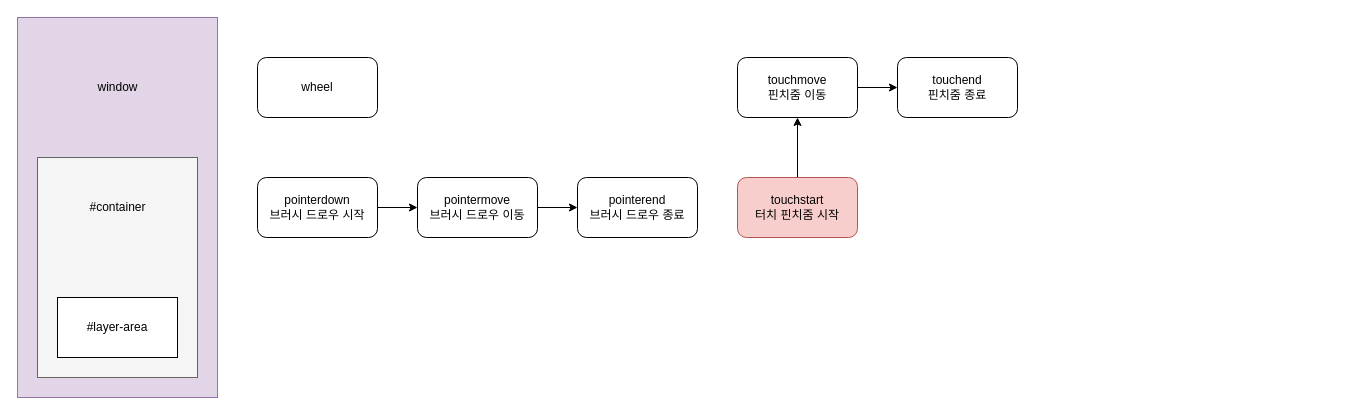
Earlier version of the draw.io diagram 제목 없는 다이어그램.drawio (oyc0401/graphic). Source tidied: cells renumbered, new cells numbered last; positions are measured from the earlier drawing's top-left corner, leaving out a move shared by most shapes. Both pictures are drawn from the tidied source at 100%, with x=0, y=0 at pixel (17, 17).
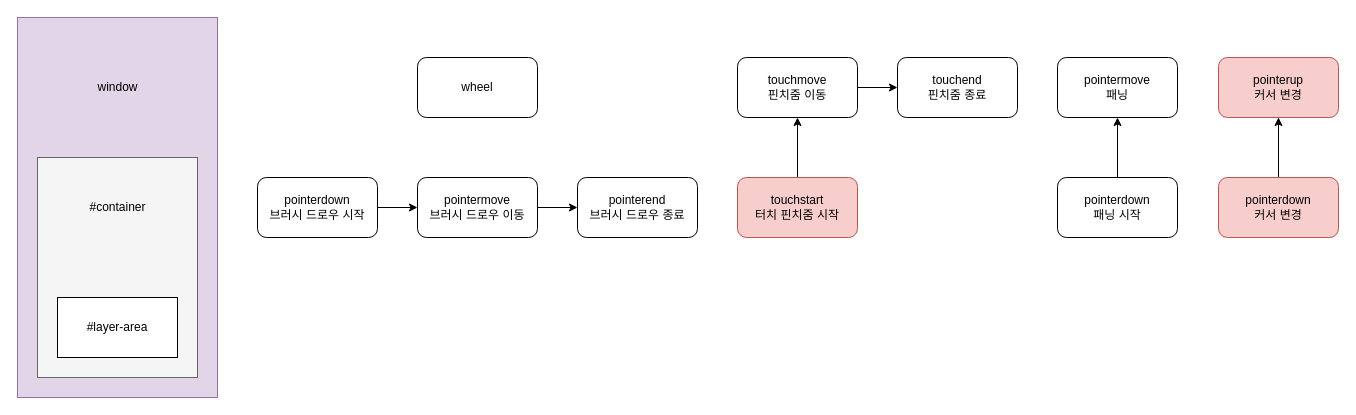
The same diagram, later.

Commit message:
제목 없는 다이어그램.drawio 업데이트

Diff of the diagram source:
```diff
@@
     <mxCell id="12" value="wheel" style="rounded=1;whiteSpace=wrap;html=1;" parent="1" vertex="1">
-      <mxGeometry x="240" y="40" width="120" height="60" as="geometry" />
+      <mxGeometry x="400" y="40" width="120" height="60" as="geometry" />
     </mxCell>
@@
+    <mxCell id="18" style="edgeStyle=orthogonalEdgeStyle;rounded=0;jettySize=auto;html=1;" parent="1" edge="1" source="19" target="20">
+      <mxGeometry relative="1" as="geometry" />
+    </mxCell>
+    <mxCell id="19" value="pointerdown&lt;br&gt;&lt;div&gt;&lt;span style=&quot;background-color: transparent; color: light-dark(rgb(0, 0, 0), rgb(255, 255, 255));&quot;&gt;패닝&lt;/span&gt;&amp;nbsp;시작&lt;/div&gt;" style="rounded=1;whiteSpace=wrap;html=1;" parent="1" vertex="1">
+      <mxGeometry x="1040" y="160" width="120" height="60" as="geometry" />
+    </mxCell>
+    <mxCell id="20" value="pointermove&lt;div&gt;패닝&lt;/div&gt;" style="rounded=1;whiteSpace=wrap;html=1;" parent="1" vertex="1">
+      <mxGeometry x="1040" y="40" width="120" height="60" as="geometry" />
+    </mxCell>
+    <mxCell id="21" style="edgeStyle=orthogonalEdgeStyle;rounded=0;jettySize=auto;html=1;" parent="1" edge="1" source="22" target="23">
+      <mxGeometry relative="1" as="geometry" />
+    </mxCell>
+    <mxCell id="22" value="pointerdown&lt;div&gt;커서 변경&lt;/div&gt;" style="rounded=1;whiteSpace=wrap;html=1;fillColor=#f8cecc;strokeColor=#b85450;" parent="1" vertex="1">
+      <mxGeometry x="1201" y="160" width="120" height="60" as="geometry" />
+    </mxCell>
+    <mxCell id="23" value="pointerup&lt;div&gt;커서 변경&lt;/div&gt;" style="rounded=1;whiteSpace=wrap;html=1;fillColor=#f8cecc;strokeColor=#b85450;" parent="1" vertex="1">
+      <mxGeometry x="1201" y="40" width="120" height="60" as="geometry" />
+    </mxCell>
```
